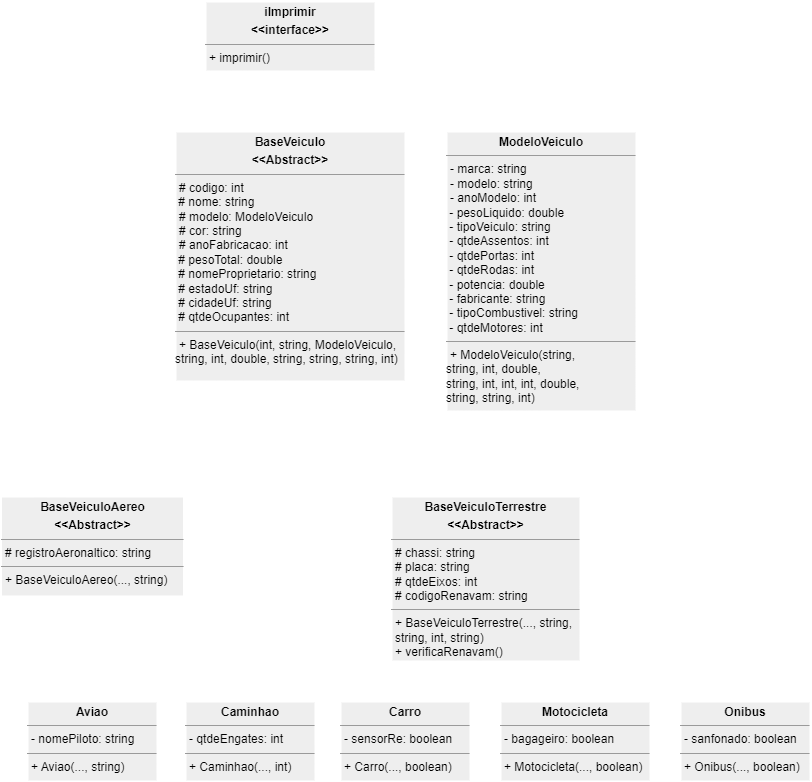
Earlier version of the draw.io export AULA-05/Atividade/docs/UML - Veiculos.drawio.png (diogoJoseFreitas/UNIDERP-2023.2-LOO). Source tidied: cells renumbered, new cells last; positions are measured from the earlier drawing's top-left corner, leaving out a move shared by most shapes. The source it was exported from:
```xml
<mxGraphModel>
  <root>
    <mxCell id="0" />
    <mxCell id="1" parent="0" />
    <mxCell id="2" style="edgeStyle=elbowEdgeStyle;rounded=0;sketch=0;elbow=vertical;html=1;strokeColor=#FFFFFF;strokeWidth=2;fontColor=#000000;" parent="1" edge="1" source="3" target="7">
      <mxGeometry relative="1" as="geometry" />
    </mxCell>
    <mxCell id="3" value="&lt;p style=&quot;margin:0px;margin-top:4px;text-align:center;&quot;&gt;&lt;b&gt;BaseVeiculoAereo&lt;/b&gt;&lt;/p&gt;&lt;p style=&quot;margin:0px;margin-top:4px;text-align:center;&quot;&gt;&lt;b&gt;&amp;lt;&amp;lt;Abstract&amp;gt;&amp;gt;&lt;/b&gt;&lt;/p&gt;&lt;hr size=&quot;1&quot;&gt;&lt;p style=&quot;margin:0px;margin-left:4px;&quot;&gt;# registroAeronaltico: string&lt;/p&gt;&lt;hr size=&quot;1&quot;&gt;&lt;p style=&quot;margin:0px;margin-left:4px;&quot;&gt;+ BaseVeiculoAereo(..., string)&lt;/p&gt;" style="verticalAlign=top;align=left;overflow=fill;fontSize=12;fontFamily=Helvetica;html=1;rounded=0;fillColor=#eeeeee;strokeColor=#FFFFFF;fontColor=#000000;strokeWidth=2;" parent="1" vertex="1">
      <mxGeometry x="0.5" y="495" width="183" height="100" as="geometry" />
    </mxCell>
    <mxCell id="4" style="edgeStyle=elbowEdgeStyle;sketch=0;html=1;strokeColor=#FFFFFF;strokeWidth=2;fontColor=#000000;elbow=vertical;rounded=0;" parent="1" edge="1" source="5" target="7">
      <mxGeometry relative="1" as="geometry" />
    </mxCell>
    <mxCell id="5" value="&lt;p style=&quot;margin:0px;margin-top:4px;text-align:center;&quot;&gt;&lt;b&gt;BaseVeiculoTerrestre&lt;/b&gt;&lt;/p&gt;&lt;p style=&quot;margin:0px;margin-top:4px;text-align:center;&quot;&gt;&lt;b&gt;&amp;lt;&amp;lt;Abstract&amp;gt;&amp;gt;&lt;/b&gt;&lt;/p&gt;&lt;hr size=&quot;1&quot;&gt;&lt;p style=&quot;margin:0px;margin-left:4px;&quot;&gt;# chassi: string&lt;/p&gt;&lt;p style=&quot;margin:0px;margin-left:4px;&quot;&gt;# placa: string&lt;/p&gt;&lt;p style=&quot;margin:0px;margin-left:4px;&quot;&gt;# qtdeEixos: int&lt;/p&gt;&lt;p style=&quot;margin:0px;margin-left:4px;&quot;&gt;# codigoRenavam: string&lt;/p&gt;&lt;hr size=&quot;1&quot;&gt;&lt;p style=&quot;margin:0px;margin-left:4px;&quot;&gt;&lt;span style=&quot;background-color: initial;&quot;&gt;+ BaseVeiculoTerrestre(..., string,&lt;/span&gt;&lt;/p&gt;&lt;p style=&quot;margin:0px;margin-left:4px;&quot;&gt;&lt;span style=&quot;background-color: initial;&quot;&gt;string, int,&amp;nbsp;&lt;/span&gt;&lt;span style=&quot;background-color: initial;&quot;&gt;string)&lt;/span&gt;&lt;/p&gt;&lt;p style=&quot;margin:0px;margin-left:4px;&quot;&gt;+ verificaRenavam()&lt;/p&gt;" style="verticalAlign=top;align=left;overflow=fill;fontSize=12;fontFamily=Helvetica;html=1;rounded=0;fillColor=#eeeeee;strokeColor=#FFFFFF;fontColor=#000000;strokeWidth=2;" parent="1" vertex="1">
      <mxGeometry x="391" y="495" width="189" height="165" as="geometry" />
    </mxCell>
    <mxCell id="6" style="edgeStyle=elbowEdgeStyle;rounded=0;sketch=0;elbow=vertical;html=1;entryX=0.5;entryY=1;entryDx=0;entryDy=0;strokeColor=#FFFFFF;strokeWidth=2;fontColor=#000000;" parent="1" edge="1" source="7" target="10">
      <mxGeometry relative="1" as="geometry" />
    </mxCell>
    <mxCell id="7" value="&lt;p style=&quot;margin:0px;margin-top:4px;text-align:center;&quot;&gt;&lt;b&gt;BaseVeiculo&lt;/b&gt;&lt;/p&gt;&lt;p style=&quot;margin:0px;margin-top:4px;text-align:center;&quot;&gt;&lt;b&gt;&amp;lt;&amp;lt;Abstract&amp;gt;&amp;gt;&lt;/b&gt;&lt;/p&gt;&lt;hr size=&quot;1&quot;&gt;&lt;p style=&quot;margin:0px;margin-left:4px;&quot;&gt;# codigo: int&lt;/p&gt;&amp;nbsp;# nome: string&lt;p style=&quot;margin:0px;margin-left:4px;&quot;&gt;# modelo: ModeloVeiculo&lt;/p&gt;&lt;p style=&quot;margin:0px;margin-left:4px;&quot;&gt;# cor: string&lt;/p&gt;&lt;p style=&quot;margin:0px;margin-left:4px;&quot;&gt;# anoFabricacao: int&lt;/p&gt;&amp;nbsp;# pesoTotal: double&lt;br&gt;&amp;nbsp;# nomeProprietario: string&lt;br&gt;&amp;nbsp;# estadoUf: string&lt;br&gt;&amp;nbsp;# cidadeUf: string&lt;br&gt;&amp;nbsp;# qtdeOcupantes: int&lt;hr size=&quot;1&quot;&gt;&lt;p style=&quot;margin:0px;margin-left:4px;&quot;&gt;+ BaseVeiculo(int, string, ModeloVeiculo,&lt;/p&gt;string, int, double, string,&amp;nbsp;string,&amp;nbsp;string,&amp;nbsp;int&lt;span style=&quot;background-color: initial;&quot;&gt;)&lt;/span&gt;" style="verticalAlign=top;align=left;overflow=fill;fontSize=12;fontFamily=Helvetica;html=1;rounded=0;fillColor=#eeeeee;strokeColor=#FFFFFF;fontColor=#000000;strokeWidth=2;" parent="1" vertex="1">
      <mxGeometry x="175" y="130" width="230" height="250" as="geometry" />
    </mxCell>
    <mxCell id="8" style="edgeStyle=elbowEdgeStyle;html=1;entryX=1;entryY=0.25;entryDx=0;entryDy=0;rounded=0;endArrow=none;endFill=0;fillColor=#eeeeee;strokeColor=#FFFFFF;fontColor=#000000;strokeWidth=2;" parent="1" edge="1" source="9" target="7">
      <mxGeometry relative="1" as="geometry" />
    </mxCell>
    <mxCell id="9" value="&lt;p style=&quot;margin:0px;margin-top:4px;text-align:center;&quot;&gt;&lt;b&gt;ModeloVeiculo&lt;/b&gt;&lt;/p&gt;&lt;hr size=&quot;1&quot;&gt;&lt;p style=&quot;margin:0px;margin-left:4px;&quot;&gt;&lt;span style=&quot;background-color: initial;&quot;&gt;- marca: string&lt;/span&gt;&lt;br&gt;&lt;/p&gt;&lt;p style=&quot;margin:0px;margin-left:4px;&quot;&gt;&lt;span style=&quot;background-color: initial;&quot;&gt;- modelo: string&lt;/span&gt;&lt;/p&gt;&lt;p style=&quot;margin:0px;margin-left:4px;&quot;&gt;&lt;span style=&quot;background-color: initial;&quot;&gt;- anoModelo: int&lt;/span&gt;&lt;/p&gt;&amp;nbsp;- pesoLiquido: double&lt;br&gt;&lt;div&gt;&amp;nbsp;- tipoVeiculo: string&lt;/div&gt;&lt;div&gt;&amp;nbsp;- qtdeAssentos: int&lt;/div&gt;&lt;div&gt;&amp;nbsp;- qtdePortas: int&lt;/div&gt;&lt;div&gt;&amp;nbsp;- qtdeRodas: int&lt;/div&gt;&lt;div&gt;&amp;nbsp;- potencia: double&lt;/div&gt;&lt;div&gt;&amp;nbsp;- fabricante: string&lt;/div&gt;&lt;div&gt;&amp;nbsp;- tipoCombustivel: string&lt;/div&gt;&lt;div&gt;&amp;nbsp;- qtdeMotores: int&lt;br&gt;&lt;/div&gt;&lt;hr size=&quot;1&quot;&gt;&lt;p style=&quot;margin:0px;margin-left:4px;&quot;&gt;+ ModeloVeiculo(string,&amp;nbsp;&lt;/p&gt;string, int, double,&lt;br&gt;string,&amp;nbsp;int, int, int, double,&lt;br&gt;string,&amp;nbsp;string,&amp;nbsp;int&lt;span style=&quot;background-color: initial;&quot;&gt;)&lt;/span&gt;" style="verticalAlign=top;align=left;overflow=fill;fontSize=12;fontFamily=Helvetica;html=1;rounded=0;fillColor=#eeeeee;strokeColor=#FFFFFF;fontColor=#000000;strokeWidth=2;" parent="1" vertex="1">
      <mxGeometry x="446" y="130" width="190" height="280" as="geometry" />
    </mxCell>
    <mxCell id="10" value="&lt;p style=&quot;margin:0px;margin-top:4px;text-align:center;&quot;&gt;&lt;b&gt;iImprimir&lt;/b&gt;&lt;/p&gt;&lt;p style=&quot;margin:0px;margin-top:4px;text-align:center;&quot;&gt;&lt;b&gt;&amp;lt;&amp;lt;interface&amp;gt;&amp;gt;&lt;/b&gt;&lt;/p&gt;&lt;hr size=&quot;1&quot;&gt;&lt;p style=&quot;margin:0px;margin-left:4px;&quot;&gt;&lt;/p&gt;&lt;p style=&quot;margin:0px;margin-left:4px;&quot;&gt;+ imprimir()&lt;/p&gt;" style="verticalAlign=top;align=left;overflow=fill;fontSize=12;fontFamily=Helvetica;html=1;rounded=0;fillColor=#eeeeee;strokeColor=#FFFFFF;fontColor=#000000;strokeWidth=2;" parent="1" vertex="1">
      <mxGeometry x="205" width="170" height="70" as="geometry" />
    </mxCell>
    <mxCell id="11" style="edgeStyle=elbowEdgeStyle;rounded=0;sketch=0;elbow=vertical;html=1;entryX=0.5;entryY=1;entryDx=0;entryDy=0;strokeColor=#FFFFFF;strokeWidth=2;fontColor=#000000;" parent="1" edge="1" source="12" target="3">
      <mxGeometry relative="1" as="geometry" />
    </mxCell>
    <mxCell id="12" value="&lt;p style=&quot;margin:0px;margin-top:4px;text-align:center;&quot;&gt;&lt;b&gt;Aviao&lt;/b&gt;&lt;/p&gt;&lt;hr size=&quot;1&quot;&gt;&lt;p style=&quot;margin:0px;margin-left:4px;&quot;&gt;- nomePiloto: string&lt;/p&gt;&lt;hr size=&quot;1&quot;&gt;&lt;p style=&quot;margin:0px;margin-left:4px;&quot;&gt;+ Aviao(..., string)&lt;/p&gt;" style="verticalAlign=top;align=left;overflow=fill;fontSize=12;fontFamily=Helvetica;html=1;rounded=0;fillColor=#eeeeee;strokeColor=#FFFFFF;fontColor=#000000;strokeWidth=2;" parent="1" vertex="1">
      <mxGeometry x="27" y="700" width="130" height="80" as="geometry" />
    </mxCell>
    <mxCell id="13" style="edgeStyle=elbowEdgeStyle;rounded=0;sketch=0;elbow=vertical;html=1;exitX=0.5;exitY=0;exitDx=0;exitDy=0;entryX=0.5;entryY=1;entryDx=0;entryDy=0;strokeColor=#FFFFFF;strokeWidth=2;fontColor=#000000;" parent="1" edge="1" source="14" target="5">
      <mxGeometry relative="1" as="geometry" />
    </mxCell>
    <mxCell id="14" value="&lt;p style=&quot;margin:0px;margin-top:4px;text-align:center;&quot;&gt;&lt;b&gt;Caminhao&lt;/b&gt;&lt;/p&gt;&lt;hr size=&quot;1&quot;&gt;&lt;p style=&quot;margin:0px;margin-left:4px;&quot;&gt;- qtdeEngates: int&lt;/p&gt;&lt;hr size=&quot;1&quot;&gt;&lt;p style=&quot;margin:0px;margin-left:4px;&quot;&gt;+ Caminhao(..., int)&lt;/p&gt;" style="verticalAlign=top;align=left;overflow=fill;fontSize=12;fontFamily=Helvetica;html=1;rounded=0;fillColor=#eeeeee;strokeColor=#FFFFFF;fontColor=#000000;strokeWidth=2;" parent="1" vertex="1">
      <mxGeometry x="185" y="700" width="130" height="80" as="geometry" />
    </mxCell>
    <mxCell id="15" style="edgeStyle=elbowEdgeStyle;rounded=0;sketch=0;elbow=vertical;html=1;strokeColor=#FFFFFF;strokeWidth=2;fontColor=#000000;" parent="1" edge="1" source="16" target="5">
      <mxGeometry relative="1" as="geometry" />
    </mxCell>
    <mxCell id="16" value="&lt;p style=&quot;margin:0px;margin-top:4px;text-align:center;&quot;&gt;&lt;b&gt;Carro&lt;/b&gt;&lt;/p&gt;&lt;hr size=&quot;1&quot;&gt;&lt;p style=&quot;margin:0px;margin-left:4px;&quot;&gt;- sensorRe: boolean&lt;/p&gt;&lt;hr size=&quot;1&quot;&gt;&lt;p style=&quot;margin:0px;margin-left:4px;&quot;&gt;+ Carro(..., boolean)&lt;/p&gt;" style="verticalAlign=top;align=left;overflow=fill;fontSize=12;fontFamily=Helvetica;html=1;rounded=0;fillColor=#eeeeee;strokeColor=#FFFFFF;fontColor=#000000;strokeWidth=2;" parent="1" vertex="1">
      <mxGeometry x="340" y="700" width="130" height="80" as="geometry" />
    </mxCell>
    <mxCell id="17" style="edgeStyle=elbowEdgeStyle;rounded=0;sketch=0;elbow=vertical;html=1;entryX=0.5;entryY=1;entryDx=0;entryDy=0;strokeColor=#FFFFFF;strokeWidth=2;fontColor=#000000;" parent="1" edge="1" source="18" target="5">
      <mxGeometry relative="1" as="geometry" />
    </mxCell>
    <mxCell id="18" value="&lt;p style=&quot;margin:0px;margin-top:4px;text-align:center;&quot;&gt;&lt;b&gt;Motocicleta&lt;/b&gt;&lt;/p&gt;&lt;hr size=&quot;1&quot;&gt;&lt;p style=&quot;margin:0px;margin-left:4px;&quot;&gt;- bagageiro: boolean&lt;/p&gt;&lt;hr size=&quot;1&quot;&gt;&lt;p style=&quot;margin:0px;margin-left:4px;&quot;&gt;+ Motocicleta(..., boolean)&lt;/p&gt;" style="verticalAlign=top;align=left;overflow=fill;fontSize=12;fontFamily=Helvetica;html=1;rounded=0;fillColor=#eeeeee;strokeColor=#FFFFFF;fontColor=#000000;strokeWidth=2;" parent="1" vertex="1">
      <mxGeometry x="500" y="700" width="150" height="80" as="geometry" />
    </mxCell>
    <mxCell id="19" style="edgeStyle=elbowEdgeStyle;rounded=0;sketch=0;elbow=vertical;html=1;entryX=0.5;entryY=1;entryDx=0;entryDy=0;strokeColor=#FFFFFF;strokeWidth=2;fontColor=#000000;" parent="1" edge="1" source="20" target="5">
      <mxGeometry relative="1" as="geometry" />
    </mxCell>
    <mxCell id="20" value="&lt;p style=&quot;margin:0px;margin-top:4px;text-align:center;&quot;&gt;&lt;b&gt;Onibus&lt;/b&gt;&lt;/p&gt;&lt;hr size=&quot;1&quot;&gt;&lt;p style=&quot;margin:0px;margin-left:4px;&quot;&gt;- sanfonado: boolean&lt;/p&gt;&lt;hr size=&quot;1&quot;&gt;&lt;p style=&quot;margin:0px;margin-left:4px;&quot;&gt;+ Onibus(..., boolean)&lt;/p&gt;" style="verticalAlign=top;align=left;overflow=fill;fontSize=12;fontFamily=Helvetica;html=1;rounded=0;fillColor=#eeeeee;strokeColor=#FFFFFF;fontColor=#000000;strokeWidth=2;" parent="1" vertex="1">
      <mxGeometry x="680" y="700" width="130" height="80" as="geometry" />
    </mxCell>
  </root>
</mxGraphModel>
```
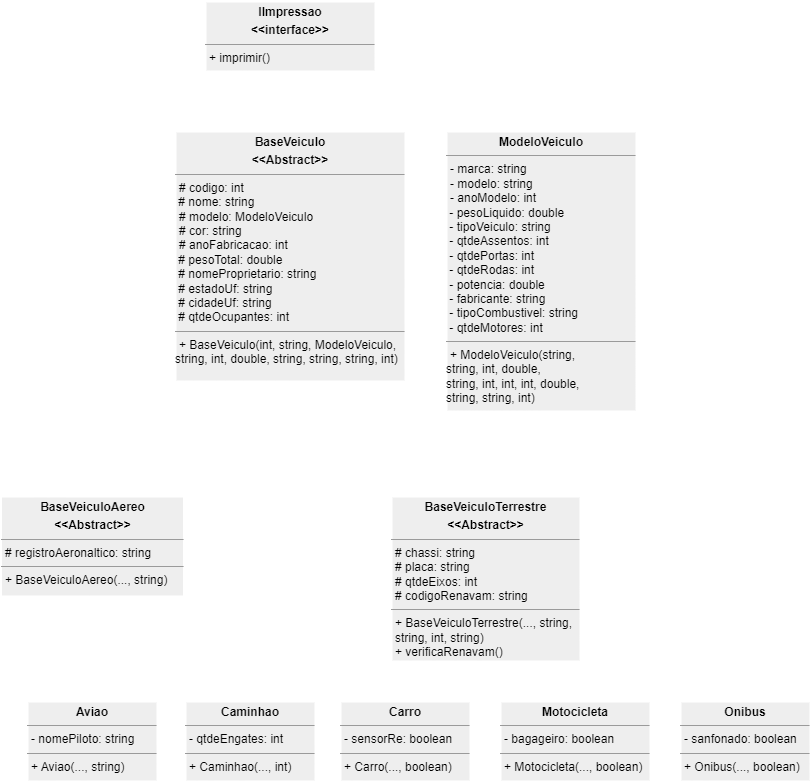
After the change.

The edit, as a diff of the source:
```diff
@@ -26,7 +26,7 @@
     <mxCell id="9" value="&lt;p style=&quot;margin:0px;margin-top:4px;text-align:center;&quot;&gt;&lt;b&gt;ModeloVeiculo&lt;/b&gt;&lt;/p&gt;&lt;hr size=&quot;1&quot;&gt;&lt;p style=&quot;margin:0px;margin-left:4px;&quot;&gt;&lt;span style=&quot;background-color: initial;&quot;&gt;- marca: string&lt;/span&gt;&lt;br&gt;&lt;/p&gt;&lt;p style=&quot;margin:0px;margin-left:4px;&quot;&gt;&lt;span style=&quot;background-color: initial;&quot;&gt;- modelo: string&lt;/span&gt;&lt;/p&gt;&lt;p style=&quot;margin:0px;margin-left:4px;&quot;&gt;&lt;span style=&quot;background-color: initial;&quot;&gt;- anoModelo: int&lt;/span&gt;&lt;/p&gt;&amp;nbsp;- pesoLiquido: double&lt;br&gt;&lt;div&gt;&amp;nbsp;- tipoVeiculo: string&lt;/div&gt;&lt;div&gt;&amp;nbsp;- qtdeAssentos: int&lt;/div&gt;&lt;div&gt;&amp;nbsp;- qtdePortas: int&lt;/div&gt;&lt;div&gt;&amp;nbsp;- qtdeRodas: int&lt;/div&gt;&lt;div&gt;&amp;nbsp;- potencia: double&lt;/div&gt;&lt;div&gt;&amp;nbsp;- fabricante: string&lt;/div&gt;&lt;div&gt;&amp;nbsp;- tipoCombustivel: string&lt;/div&gt;&lt;div&gt;&amp;nbsp;- qtdeMotores: int&lt;br&gt;&lt;/div&gt;&lt;hr size=&quot;1&quot;&gt;&lt;p style=&quot;margin:0px;margin-left:4px;&quot;&gt;+ ModeloVeiculo(string,&amp;nbsp;&lt;/p&gt;string, int, double,&lt;br&gt;string,&amp;nbsp;int, int, int, double,&lt;br&gt;string,&amp;nbsp;string,&amp;nbsp;int&lt;span style=&quot;background-color: initial;&quot;&gt;)&lt;/span&gt;" style="verticalAlign=top;align=left;overflow=fill;fontSize=12;fontFamily=Helvetica;html=1;rounded=0;fillColor=#eeeeee;strokeColor=#FFFFFF;fontColor=#000000;strokeWidth=2;" parent="1" vertex="1">
       <mxGeometry x="446" y="130" width="190" height="280" as="geometry" />
     </mxCell>
-    <mxCell id="10" value="&lt;p style=&quot;margin:0px;margin-top:4px;text-align:center;&quot;&gt;&lt;b&gt;iImprimir&lt;/b&gt;&lt;/p&gt;&lt;p style=&quot;margin:0px;margin-top:4px;text-align:center;&quot;&gt;&lt;b&gt;&amp;lt;&amp;lt;interface&amp;gt;&amp;gt;&lt;/b&gt;&lt;/p&gt;&lt;hr size=&quot;1&quot;&gt;&lt;p style=&quot;margin:0px;margin-left:4px;&quot;&gt;&lt;/p&gt;&lt;p style=&quot;margin:0px;margin-left:4px;&quot;&gt;+ imprimir()&lt;/p&gt;" style="verticalAlign=top;align=left;overflow=fill;fontSize=12;fontFamily=Helvetica;html=1;rounded=0;fillColor=#eeeeee;strokeColor=#FFFFFF;fontColor=#000000;strokeWidth=2;" parent="1" vertex="1">
+    <mxCell id="10" value="&lt;p style=&quot;margin:0px;margin-top:4px;text-align:center;&quot;&gt;&lt;b style=&quot;background-color: initial;&quot;&gt;IImpressao&lt;/b&gt;&lt;/p&gt;&lt;p style=&quot;margin:0px;margin-top:4px;text-align:center;&quot;&gt;&lt;b style=&quot;background-color: initial;&quot;&gt;&amp;lt;&amp;lt;interface&amp;gt;&amp;gt;&lt;/b&gt;&lt;br&gt;&lt;/p&gt;&lt;hr size=&quot;1&quot;&gt;&lt;p style=&quot;margin:0px;margin-left:4px;&quot;&gt;&lt;/p&gt;&lt;p style=&quot;margin:0px;margin-left:4px;&quot;&gt;+ imprimir()&lt;/p&gt;" style="verticalAlign=top;align=left;overflow=fill;fontSize=12;fontFamily=Helvetica;html=1;rounded=0;fillColor=#eeeeee;strokeColor=#FFFFFF;fontColor=#000000;strokeWidth=2;" parent="1" vertex="1">
       <mxGeometry x="205" width="170" height="70" as="geometry" />
     </mxCell>
     <mxCell id="11" style="edgeStyle=elbowEdgeStyle;rounded=0;sketch=0;elbow=vertical;html=1;entryX=0.5;entryY=1;entryDx=0;entryDy=0;strokeColor=#FFFFFF;strokeWidth=2;fontColor=#000000;" parent="1" edge="1" source="12" target="3">
```
